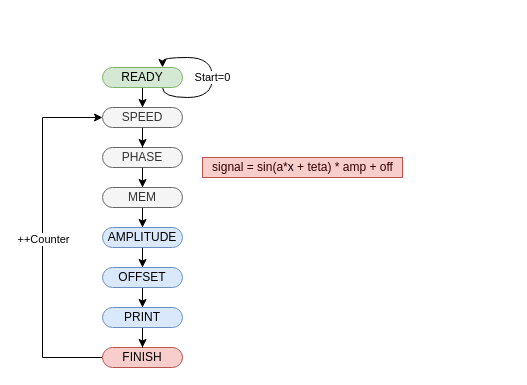
This is diagrams.drawio from hammasattila/Sapientia-2020-FPGA-Project, a draw.io file, before an edit. Source tidied: cells renumbered, new cells numbered last; positions are measured from the earlier drawing's top-left corner, leaving out a move shared by most shapes. Both pictures are drawn from the tidied source at 100%, with x=0, y=0 at pixel (42, 57).
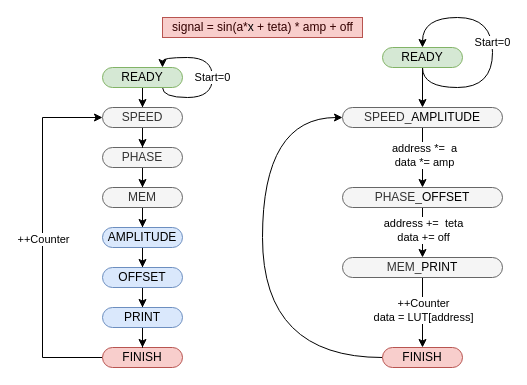
After the change.

What changed in the source:
```diff
@@
     <mxCell id="19" value="signal = sin(a*&lt;font color=&quot;#000000&quot;&gt;x&lt;/font&gt; + teta) * amp + off" style="text;html=1;align=center;verticalAlign=middle;fillColor=#f8cecc;strokeColor=#b85450;fontColor=#330000;" parent="1" vertex="1">
-      <mxGeometry x="160" y="100" width="200" height="20" as="geometry" />
+      <mxGeometry x="120" y="-40" width="200" height="20" as="geometry" />
     </mxCell>
@@
+    <mxCell id="22" style="edgeStyle=orthogonalEdgeStyle;rounded=0;orthogonalLoop=1;jettySize=auto;html=1;exitX=0.5;exitY=1;exitDx=0;exitDy=0;entryX=0.5;entryY=0;entryDx=0;entryDy=0;curved=1;" parent="1" edge="1" source="25" target="25">
+      <mxGeometry relative="1" as="geometry">
+        <Array as="points">
+          <mxPoint x="380" y="30" />
+          <mxPoint x="450" y="30" />
+          <mxPoint x="450" y="-40" />
+          <mxPoint x="380" y="-40" />
+        </Array>
+      </mxGeometry>
+    </mxCell>
+    <mxCell id="23" value="Start=0" style="edgeLabel;html=1;align=center;verticalAlign=middle;" parent="22" vertex="1">
+      <mxGeometry x="0.1" y="1" relative="1" as="geometry">
+        <mxPoint y="7.6" as="offset" />
+      </mxGeometry>
+    </mxCell>
+    <mxCell id="24" style="edgeStyle=orthogonalEdgeStyle;rounded=0;jettySize=auto;html=1;entryX=0.5;entryY=0;entryDx=0;entryDy=0;" parent="1" edge="1" source="25" target="38">
+      <mxGeometry relative="1" as="geometry" />
+    </mxCell>
+    <mxCell id="25" value="READY" style="rounded=1;whiteSpace=wrap;html=1;arcSize=50;fillColor=#d5e8d4;strokeColor=#82b366;" parent="1" vertex="1">
+      <mxGeometry x="340" y="-10" width="80" height="20" as="geometry" />
+    </mxCell>
+    <mxCell id="26" style="edgeStyle=orthogonalEdgeStyle;rounded=0;jettySize=auto;html=1;" parent="1" edge="1" source="28" target="31">
+      <mxGeometry relative="1" as="geometry" />
+    </mxCell>
+    <mxCell id="27" value="address +=&amp;nbsp; teta&lt;br&gt;data += off" style="edgeLabel;html=1;align=center;verticalAlign=middle;" parent="26" vertex="1">
+      <mxGeometry x="-0.13" relative="1" as="geometry" />
+    </mxCell>
+    <mxCell id="28" value="PHASE_&lt;span style=&quot;color: rgb(0 , 0 , 0)&quot;&gt;OFFSET&lt;/span&gt;" style="rounded=1;whiteSpace=wrap;html=1;arcSize=50;fillColor=#f5f5f5;strokeColor=#666666;fontColor=#333333;" parent="1" vertex="1">
+      <mxGeometry x="300" y="130" width="160" height="20" as="geometry" />
+    </mxCell>
+    <mxCell id="29" style="edgeStyle=orthogonalEdgeStyle;rounded=0;jettySize=auto;html=1;entryX=0.5;entryY=0;entryDx=0;entryDy=0;" parent="1" edge="1" source="31" target="34">
+      <mxGeometry relative="1" as="geometry" />
+    </mxCell>
+    <mxCell id="30" value="++Counter&lt;br&gt;data = LUT[address]" style="edgeLabel;html=1;align=center;verticalAlign=middle;" parent="29" vertex="1">
+      <mxGeometry x="-0.09" relative="1" as="geometry" />
+    </mxCell>
+    <mxCell id="31" value="MEM_&lt;span style=&quot;color: rgb(0 , 0 , 0)&quot;&gt;PRINT&lt;/span&gt;" style="rounded=1;whiteSpace=wrap;html=1;arcSize=50;fillColor=#f5f5f5;strokeColor=#666666;fontColor=#333333;" parent="1" vertex="1">
+      <mxGeometry x="300" y="200" width="160" height="20" as="geometry" />
+    </mxCell>
+    <mxCell id="32" style="edgeStyle=orthogonalEdgeStyle;rounded=0;orthogonalLoop=1;jettySize=auto;html=1;entryX=0.5;entryY=0;entryDx=0;entryDy=0;" parent="1" edge="1">
+      <mxGeometry relative="1" as="geometry">
+        <mxPoint x="380" y="190" as="sourcePoint" />
+      </mxGeometry>
+    </mxCell>
+    <mxCell id="33" style="edgeStyle=orthogonalEdgeStyle;rounded=0;jettySize=auto;html=1;exitX=0;exitY=0.5;exitDx=0;exitDy=0;entryX=0;entryY=0.5;entryDx=0;entryDy=0;curved=1;" parent="1" edge="1" source="34" target="38">
+      <mxGeometry relative="1" as="geometry">
+        <Array as="points">
+          <mxPoint x="220" y="300" />
+          <mxPoint x="220" y="60" />
+        </Array>
+      </mxGeometry>
+    </mxCell>
+    <mxCell id="34" value="FINISH" style="rounded=1;whiteSpace=wrap;html=1;arcSize=50;fillColor=#f8cecc;strokeColor=#b85450;" parent="1" vertex="1">
+      <mxGeometry x="340" y="290" width="80" height="20" as="geometry" />
+    </mxCell>
+    <mxCell id="35" style="edgeStyle=orthogonalEdgeStyle;rounded=0;orthogonalLoop=1;jettySize=auto;html=1;entryX=0.5;entryY=0;entryDx=0;entryDy=0;fontColor=#330000;" parent="1" edge="1">
+      <mxGeometry relative="1" as="geometry">
+        <mxPoint x="380" y="230" as="sourcePoint" />
+      </mxGeometry>
+    </mxCell>
+    <mxCell id="36" style="edgeStyle=orthogonalEdgeStyle;rounded=0;jettySize=auto;html=1;entryX=0.5;entryY=0;entryDx=0;entryDy=0;" parent="1" edge="1" source="38" target="28">
+      <mxGeometry relative="1" as="geometry" />
+    </mxCell>
+    <mxCell id="37" value="address *=&amp;nbsp; a&lt;br&gt;data *= amp" style="edgeLabel;html=1;align=center;verticalAlign=middle;" parent="36" vertex="1">
+      <mxGeometry x="-0.1" y="1" relative="1" as="geometry" />
+    </mxCell>
+    <mxCell id="38" value="SPEED_&lt;span style=&quot;color: rgb(0 , 0 , 0)&quot;&gt;AMPLITUDE&lt;/span&gt;" style="rounded=1;whiteSpace=wrap;html=1;arcSize=50;fillColor=#f5f5f5;strokeColor=#666666;fontColor=#333333;" parent="1" vertex="1">
+      <mxGeometry x="300" y="50" width="160" height="20" as="geometry" />
+    </mxCell>
```
